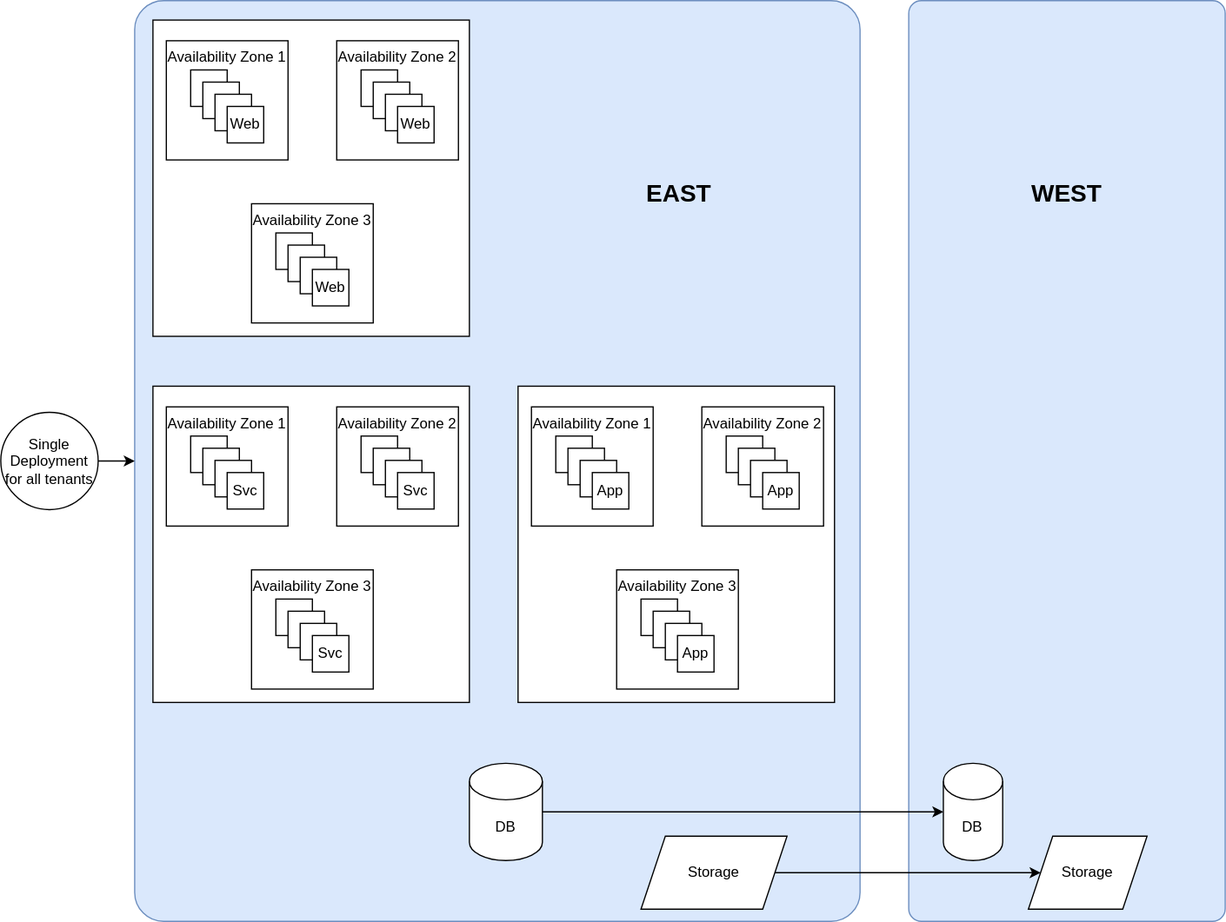
Earlier version of the draw.io export dr/DRBCP.svg (vjavle/invoicecloud). Source tidied: cells renumbered, new cells last; positions are measured from the earlier drawing's top-left corner, leaving out a move shared by most shapes.
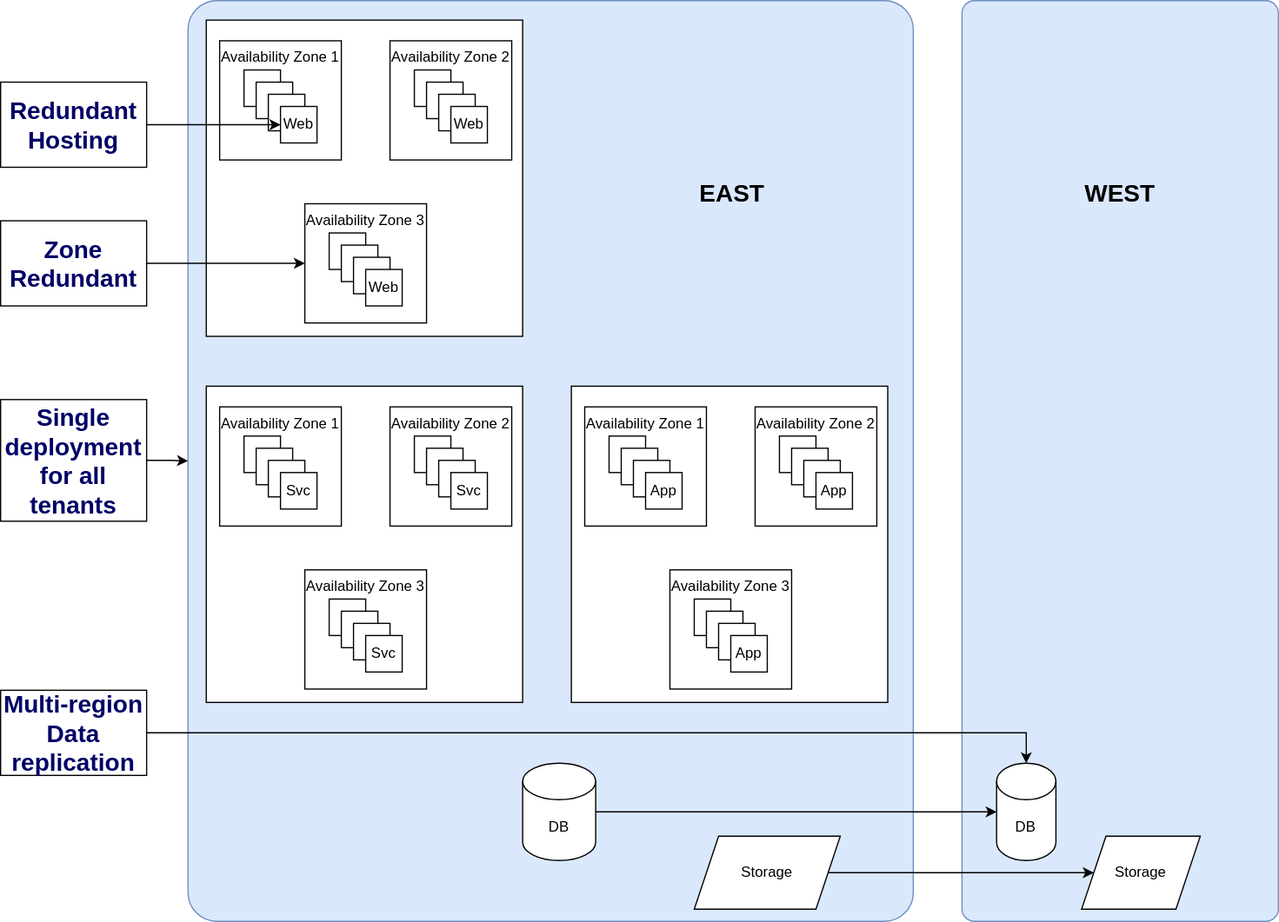
Later version of the same file.

The edit, as a diff of the source:
```diff
@@ -14,12 +14,9 @@
     <mxCell id="5" style="edgeStyle=orthogonalEdgeStyle;rounded=0;jettySize=auto;html=1;" parent="1" edge="1" source="71" target="9">
       <mxGeometry relative="1" as="geometry" />
     </mxCell>
-    <mxCell id="6" style="edgeStyle=orthogonalEdgeStyle;rounded=0;jettySize=auto;html=1;" parent="1" edge="1" source="7" target="2">
+    <mxCell id="6" style="edgeStyle=orthogonalEdgeStyle;rounded=0;jettySize=auto;html=1;" parent="1" edge="1" source="78" target="2">
       <mxGeometry relative="1" as="geometry" />
     </mxCell>
-    <mxCell id="7" value="Single Deployment for all tenants" style="ellipse;whiteSpace=wrap;html=1;" parent="1" vertex="1">
-      <mxGeometry y="338.5" width="80" height="80" as="geometry" />
-    </mxCell>
     <mxCell id="8" value="DB" style="shape=cylinder3;whiteSpace=wrap;html=1;boundedLbl=1;backgroundOutline=1;size=15;" parent="1" vertex="1">
       <mxGeometry x="774.4" y="627" width="48.8" height="80" as="geometry" />
     </mxCell>
@@ -212,5 +209,26 @@
     <mxCell id="71" value="Storage" style="shape=parallelogram;perimeter=parallelogramPerimeter;whiteSpace=wrap;html=1;fixedSize=1;" parent="1" vertex="1">
       <mxGeometry x="526" y="687" width="120" height="60" as="geometry" />
     </mxCell>
+    <mxCell id="72" style="endArrow=classic;html=1;rounded=0;fontSize=20;" parent="1" edge="1" source="77" target="17">
+      <mxGeometry relative="1" as="geometry" />
+    </mxCell>
+    <mxCell id="73" style="endArrow=classic;html=1;rounded=0;fontSize=20;entryX=0;entryY=0.5;entryDx=0;entryDy=0;" parent="1" edge="1" source="76" target="25">
+      <mxGeometry relative="1" as="geometry" />
+    </mxCell>
+    <mxCell id="74" style="edgeStyle=orthogonalEdgeStyle;rounded=0;jettySize=auto;html=1;entryX=0.5;entryY=0;entryDx=0;entryDy=0;entryPerimeter=0;fontSize=20;fontColor=#000066;" parent="1" edge="1" source="75" target="8">
+      <mxGeometry relative="1" as="geometry" />
+    </mxCell>
+    <mxCell id="75" value="Multi-region Data replication" style="rounded=0;whiteSpace=wrap;html=1;fontSize=20;fontColor=#000066;strokeWidth=0;fontStyle=1;" parent="1" vertex="1">
+      <mxGeometry x="-44" y="567" width="120" height="70" as="geometry" />
+    </mxCell>
+    <mxCell id="76" value="Zone&lt;br&gt;Redundant" style="rounded=0;whiteSpace=wrap;html=1;fontSize=20;fontColor=#000066;strokeWidth=0;fontStyle=1;" parent="1" vertex="1">
+      <mxGeometry x="-44" y="181" width="120" height="70" as="geometry" />
+    </mxCell>
+    <mxCell id="77" value="Redundant&lt;br&gt;Hosting" style="rounded=0;whiteSpace=wrap;html=1;fontSize=20;fontColor=#000066;strokeWidth=0;fontStyle=1;" parent="1" vertex="1">
+      <mxGeometry x="-44" y="67" width="120" height="70" as="geometry" />
+    </mxCell>
+    <mxCell id="78" value="Single deployment for all tenants" style="rounded=0;whiteSpace=wrap;html=1;fontSize=20;fontColor=#000066;strokeWidth=0;fontStyle=1;" parent="1" vertex="1">
+      <mxGeometry x="-44" y="328" width="120" height="100" as="geometry" />
+    </mxCell>
   </root>
 </mxGraphModel>
```
